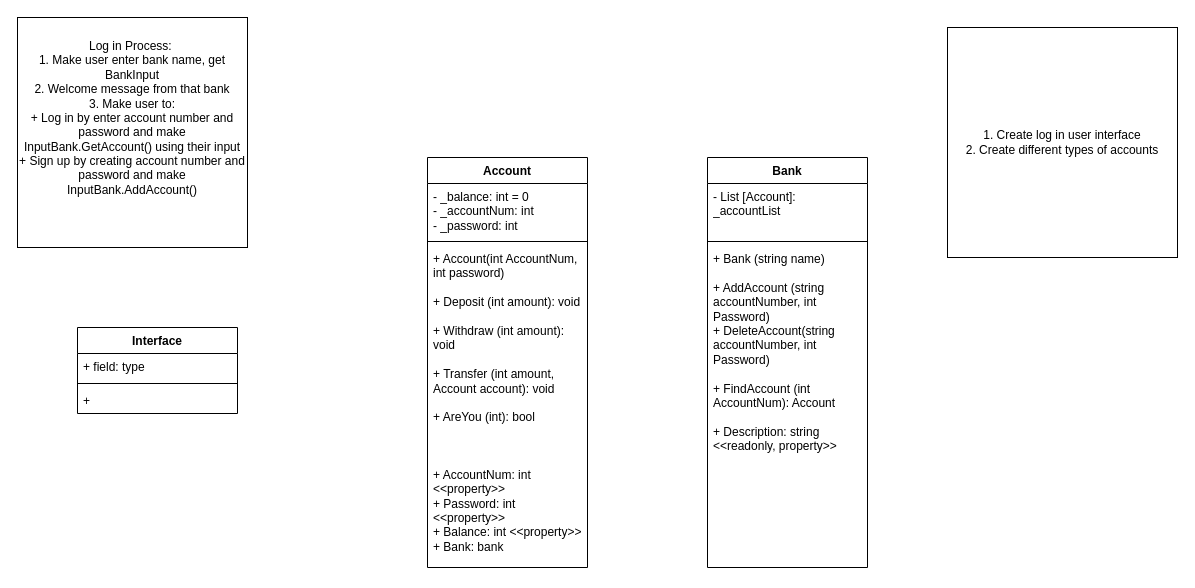
This is ATM Machine/ClassDiagram.drawio from tanbeoi/OOP, a draw.io file, before an edit. Source tidied: cells renumbered, new cells numbered last; positions are measured from the earlier drawing's top-left corner, leaving out a move shared by most shapes. Both pictures are drawn from the tidied source at 100%, with x=0, y=0 at pixel (17, 17).
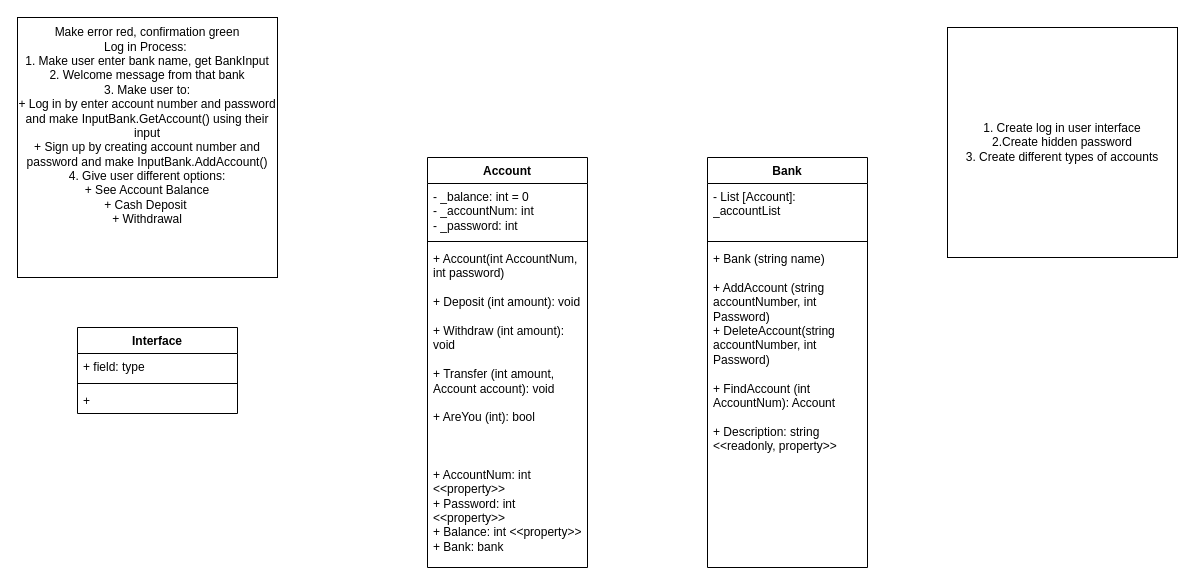
Above is the later version.

Change to the diagram source:
```diff
@@
 <mxGraphModel>
   <root>
     <mxCell id="0" />
     <mxCell id="1" parent="0" />
     <mxCell id="2" value="Account" style="swimlane;fontStyle=1;align=center;verticalAlign=top;horizontal=1;startSize=26;whiteSpace=wrap;html=1;" parent="1" vertex="1">
       <mxGeometry x="410" y="140" width="160" height="410" as="geometry" />
     </mxCell>
     <mxCell id="3" value="&lt;div&gt;- _balance: int = 0&lt;/div&gt;&lt;div&gt;- _accountNum: int&lt;br&gt;- _password: int&lt;/div&gt;" style="text;strokeColor=none;fillColor=none;align=left;verticalAlign=top;spacingLeft=4;spacingRight=4;overflow=hidden;whiteSpace=wrap;html=1;" parent="2" vertex="1">
       <mxGeometry y="26" width="160" height="54" as="geometry" />
     </mxCell>
     <mxCell id="4" style="line;strokeWidth=1;fillColor=none;align=left;verticalAlign=middle;spacingTop=-1;spacingLeft=3;spacingRight=3;labelPosition=right;strokeColor=inherit;" parent="2" vertex="1">
       <mxGeometry y="80" width="160" height="8" as="geometry" />
     </mxCell>
     <mxCell id="5" value="+ Account(int AccountNum, int password)&amp;nbsp;&lt;div&gt;&lt;br&gt;&lt;/div&gt;&lt;div&gt;+ Deposit (int amount): void&lt;br&gt;&lt;br&gt;+ Withdraw (int amount): void&lt;/div&gt;&lt;div&gt;&lt;br&gt;+ Transfer (int amount, Account account): void&lt;/div&gt;&lt;div&gt;&lt;br&gt;&lt;/div&gt;&lt;div&gt;+ AreYou (int): bool&lt;/div&gt;&lt;div&gt;&lt;br&gt;&lt;br&gt;&lt;br&gt;+ AccountNum: int &amp;lt;&amp;lt;property&amp;gt;&amp;gt;&lt;/div&gt;&lt;div&gt;+ Password: int &amp;lt;&amp;lt;property&amp;gt;&amp;gt;&lt;br&gt;+ Balance: int &amp;lt;&amp;lt;property&amp;gt;&amp;gt;&lt;/div&gt;&lt;div&gt;+ Bank: bank&lt;/div&gt;" style="text;strokeColor=none;fillColor=none;align=left;verticalAlign=top;spacingLeft=4;spacingRight=4;overflow=hidden;whiteSpace=wrap;html=1;" parent="2" vertex="1">
       <mxGeometry y="88" width="160" height="322" as="geometry" />
     </mxCell>
     <mxCell id="6" value="Bank" style="swimlane;fontStyle=1;align=center;verticalAlign=top;horizontal=1;startSize=26;whiteSpace=wrap;html=1;" parent="1" vertex="1">
       <mxGeometry x="690" y="140" width="160" height="410" as="geometry" />
     </mxCell>
     <mxCell id="7" value="- List [Account]: _accountList" style="text;strokeColor=none;fillColor=none;align=left;verticalAlign=top;spacingLeft=4;spacingRight=4;overflow=hidden;whiteSpace=wrap;html=1;" parent="6" vertex="1">
       <mxGeometry y="26" width="160" height="54" as="geometry" />
     </mxCell>
     <mxCell id="8" style="line;strokeWidth=1;fillColor=none;align=left;verticalAlign=middle;spacingTop=-1;spacingLeft=3;spacingRight=3;labelPosition=right;strokeColor=inherit;" parent="6" vertex="1">
       <mxGeometry y="80" width="160" height="8" as="geometry" />
     </mxCell>
     <mxCell id="9" value="+ Bank (string name)&lt;div&gt;&lt;br&gt;&lt;/div&gt;&lt;div&gt;+ AddAccount (string accountNumber, int Password)&lt;/div&gt;&lt;div&gt;+ DeleteAccount(string accountNumber, int Password)&lt;/div&gt;&lt;div&gt;&lt;br&gt;&lt;/div&gt;&lt;div&gt;+ FindAccount (int AccountNum): Account&lt;/div&gt;&lt;div&gt;&lt;br&gt;&lt;/div&gt;&lt;div&gt;+ Description: string &amp;lt;&amp;lt;readonly, property&amp;gt;&amp;gt;&lt;/div&gt;" style="text;strokeColor=none;fillColor=none;align=left;verticalAlign=top;spacingLeft=4;spacingRight=4;overflow=hidden;whiteSpace=wrap;html=1;" parent="6" vertex="1">
       <mxGeometry y="88" width="160" height="322" as="geometry" />
     </mxCell>
-    <mxCell id="10" value="Log in Process:&amp;nbsp;&lt;div&gt;1. Make user enter bank name, get BankInput&lt;/div&gt;&lt;div&gt;2. Welcome message from that bank&lt;/div&gt;&lt;div&gt;3. Make user to:&lt;br&gt;+ Log in by enter account number and password and make InputBank.GetAccount() using their input&lt;/div&gt;&lt;div&gt;+ Sign up by creating account number and password and make InputBank.AddAccount()&lt;/div&gt;&lt;div&gt;&lt;br&gt;&lt;/div&gt;&lt;div&gt;&lt;br&gt;&lt;/div&gt;" style="whiteSpace=wrap;html=1;" parent="1" vertex="1">
-      <mxGeometry width="230" height="230" as="geometry" />
+    <mxCell id="10" value="&lt;div&gt;Make error red, confirmation green&lt;/div&gt;Log in Process:&amp;nbsp;&lt;div&gt;1. Make user enter bank name, get BankInput&lt;/div&gt;&lt;div&gt;2. Welcome message from that bank&lt;/div&gt;&lt;div&gt;3. Make user to:&lt;br&gt;+ Log in by enter account number and password and make InputBank.GetAccount() using their input&lt;/div&gt;&lt;div&gt;+ Sign up by creating account number and password and make InputBank.AddAccount()&lt;/div&gt;&lt;div&gt;4. Give user different options:&lt;/div&gt;&lt;div&gt;+ See Account Balance&lt;/div&gt;&lt;div&gt;+ Cash Deposit&amp;nbsp;&lt;/div&gt;&lt;div&gt;+ Withdrawal&lt;/div&gt;&lt;div&gt;&lt;br&gt;&lt;/div&gt;&lt;div&gt;&lt;br&gt;&lt;/div&gt;&lt;div&gt;&lt;br&gt;&lt;/div&gt;" style="whiteSpace=wrap;html=1;" parent="1" vertex="1">
+      <mxGeometry width="260" height="260" as="geometry" />
     </mxCell>
     <mxCell id="11" value="Interface" style="swimlane;fontStyle=1;align=center;verticalAlign=top;horizontal=1;startSize=26;whiteSpace=wrap;html=1;" parent="1" vertex="1">
       <mxGeometry x="60" y="310" width="160" height="86" as="geometry" />
     </mxCell>
     <mxCell id="12" value="+ field: type" style="text;strokeColor=none;fillColor=none;align=left;verticalAlign=top;spacingLeft=4;spacingRight=4;overflow=hidden;whiteSpace=wrap;html=1;" parent="11" vertex="1">
       <mxGeometry y="26" width="160" height="26" as="geometry" />
     </mxCell>
     <mxCell id="13" style="line;strokeWidth=1;fillColor=none;align=left;verticalAlign=middle;spacingTop=-1;spacingLeft=3;spacingRight=3;labelPosition=right;strokeColor=inherit;" parent="11" vertex="1">
       <mxGeometry y="52" width="160" height="8" as="geometry" />
     </mxCell>
     <mxCell id="14" value="+&amp;nbsp;" style="text;strokeColor=none;fillColor=none;align=left;verticalAlign=top;spacingLeft=4;spacingRight=4;overflow=hidden;whiteSpace=wrap;html=1;" parent="11" vertex="1">
       <mxGeometry y="60" width="160" height="26" as="geometry" />
     </mxCell>
-    <mxCell id="15" value="&lt;div&gt;1. Create log in user interface&lt;/div&gt;&lt;div&gt;2. Create different types of accounts&lt;/div&gt;" style="whiteSpace=wrap;html=1;" parent="1" vertex="1">
+    <mxCell id="15" value="&lt;div&gt;1. Create log in user interface&lt;/div&gt;&lt;div&gt;2.Create hidden password&lt;/div&gt;&lt;div&gt;3. Create different types of accounts&lt;/div&gt;" style="whiteSpace=wrap;html=1;" parent="1" vertex="1">
       <mxGeometry x="930" y="10" width="230" height="230" as="geometry" />
     </mxCell>
   </root>
 </mxGraphModel>
```
